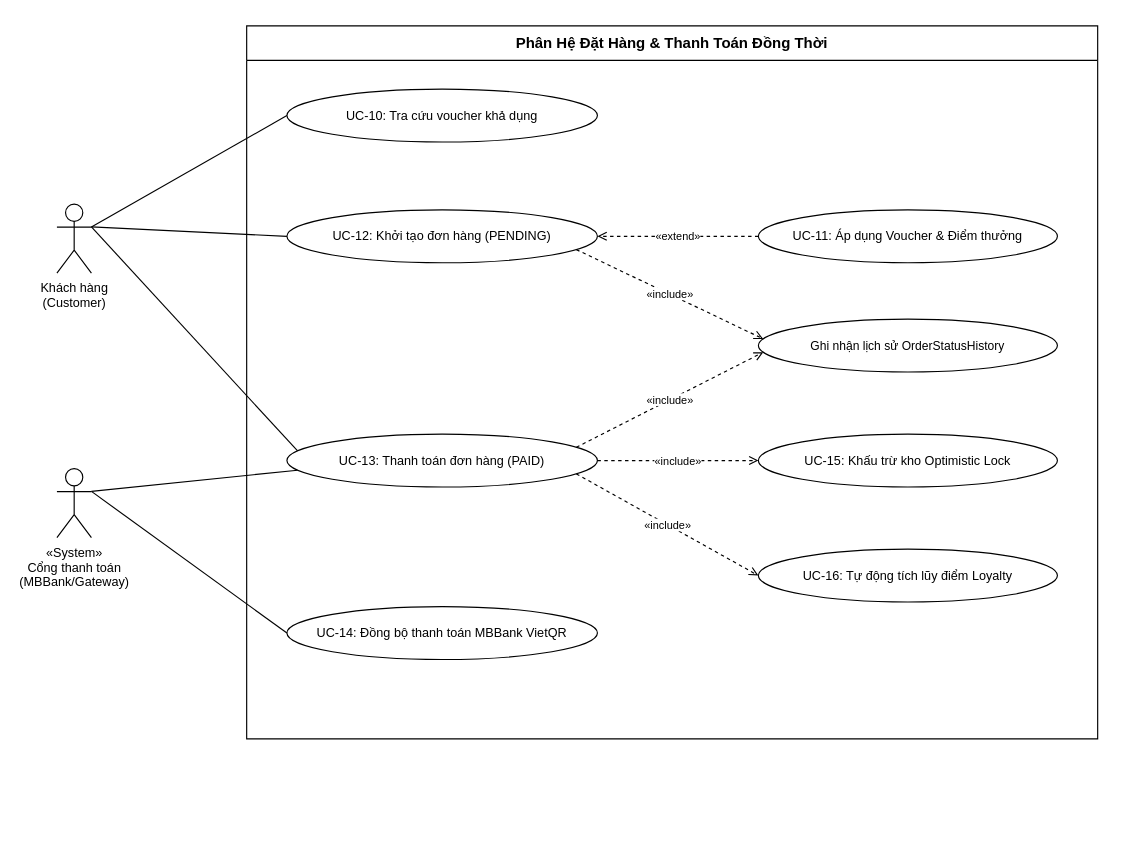
Earlier version of the draw.io diagram docs/diagrams/usecases/03-subsystem-order-payment.drawio (hanhdevsgu/BrewLite-Assignment2). Source tidied: cells renumbered, new cells numbered last; positions are measured from the earlier drawing's top-left corner, leaving out a move shared by most shapes. Both pictures are drawn from the tidied source at 115%, with x=0, y=0 at pixel (56, 25).
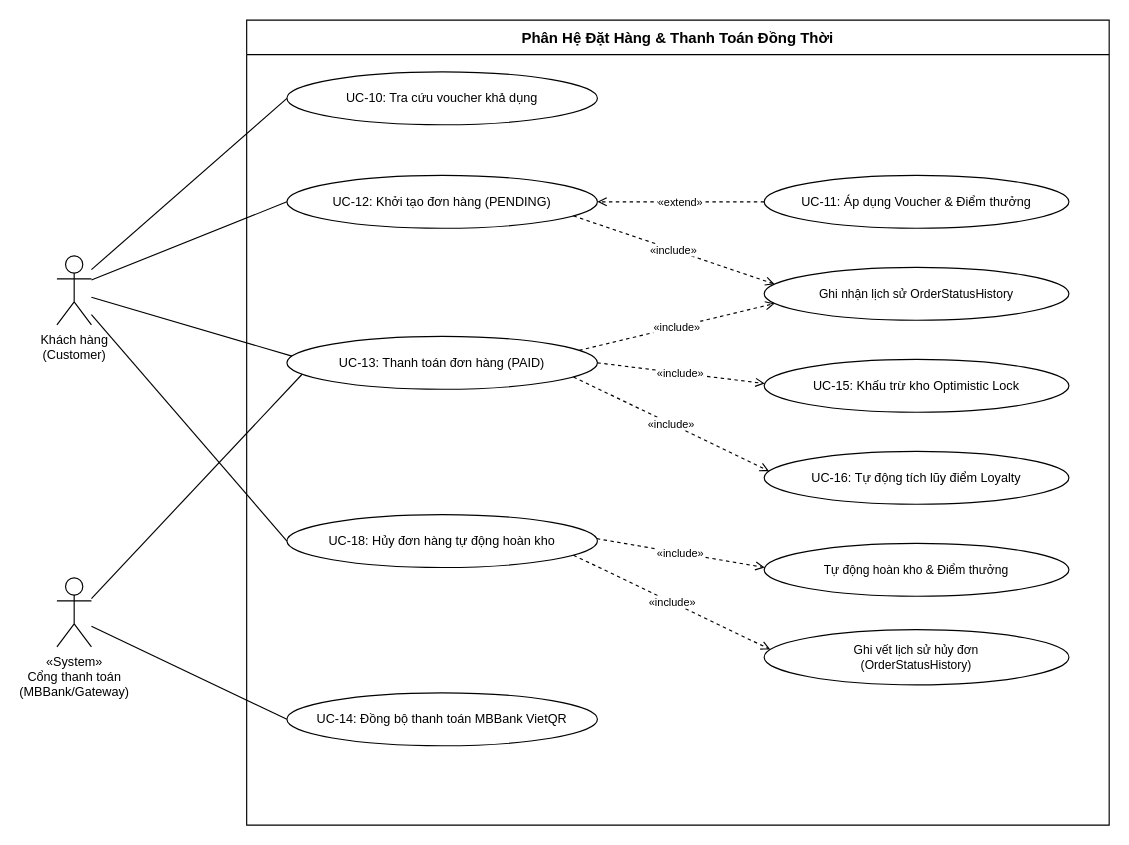
After the change.

Commit message (it also covers changes not shown here):
docs(usecase): add UC-18 order cancellation to subsystem 03 diagram and LaTeX report

Change to the diagram source:
```diff
@@
     <mxCell id="2" value="Phân Hệ Đặt Hàng &amp; Thanh Toán Đồng Thời" style="swimlane;startSize=30;fillColor=none;strokeColor=#000000;fontColor=#000000;fontSize=13;fontStyle=1;whiteSpace=wrap;" parent="1" vertex="1">
-      <mxGeometry x="165" width="740" height="620" as="geometry" />
+      <mxGeometry x="165" y="-5" width="750" height="700" as="geometry" />
     </mxCell>
     <mxCell id="3" value="Khách hàng&lt;br&gt;(Customer)" style="shape=umlActor;verticalLabelPosition=bottom;verticalAlign=top;html=1;fontSize=11;strokeColor=#000000;fontColor=#000000;fillColor=#FFFFFF;" parent="1" vertex="1">
-      <mxGeometry y="155" width="30" height="60" as="geometry" />
+      <mxGeometry y="200" width="30" height="60" as="geometry" />
     </mxCell>
     <mxCell id="4" value="«System»&lt;br&gt;Cổng thanh toán&lt;br&gt;(MBBank/Gateway)" style="shape=umlActor;verticalLabelPosition=bottom;verticalAlign=top;html=1;fontSize=11;strokeColor=#000000;fontColor=#000000;fillColor=#FFFFFF;" parent="1" vertex="1">
-      <mxGeometry y="385" width="30" height="60" as="geometry" />
+      <mxGeometry y="480" width="30" height="60" as="geometry" />
     </mxCell>
     <mxCell id="5" value="UC-10: Tra cứu voucher khả dụng" style="ellipse;whiteSpace=wrap;html=1;fontSize=11;strokeColor=#000000;fontColor=#000000;fillColor=#FFFFFF;" parent="1" vertex="1">
-      <mxGeometry x="200" y="55" width="270" height="46" as="geometry" />
+      <mxGeometry x="200" y="40" width="270" height="46" as="geometry" />
     </mxCell>
     <mxCell id="6" value="UC-12: Khởi tạo đơn hàng (PENDING)" style="ellipse;whiteSpace=wrap;html=1;fontSize=11;strokeColor=#000000;fontColor=#000000;fillColor=#FFFFFF;" parent="1" vertex="1">
-      <mxGeometry x="200" y="160" width="270" height="46" as="geometry" />
+      <mxGeometry x="200" y="130" width="270" height="46" as="geometry" />
     </mxCell>
     <mxCell id="7" value="UC-13: Thanh toán đơn hàng (PAID)" style="ellipse;whiteSpace=wrap;html=1;fontSize=11;strokeColor=#000000;fontColor=#000000;fillColor=#FFFFFF;" parent="1" vertex="1">
-      <mxGeometry x="200" y="355" width="270" height="46" as="geometry" />
+      <mxGeometry x="200" y="270" width="270" height="46" as="geometry" />
     </mxCell>
+    <mxCell id="23" value="UC-18: Hủy đơn hàng tự động hoàn kho" style="ellipse;whiteSpace=wrap;html=1;fontSize=11;strokeColor=#000000;fontColor=#000000;fillColor=#FFFFFF;" parent="1" vertex="1">
+      <mxGeometry x="200" y="425" width="270" height="46" as="geometry" />
+    </mxCell>
     <mxCell id="8" value="UC-14: Đồng bộ thanh toán MBBank VietQR" style="ellipse;whiteSpace=wrap;html=1;fontSize=11;strokeColor=#000000;fontColor=#000000;fillColor=#FFFFFF;" parent="1" vertex="1">
-      <mxGeometry x="200" y="505" width="270" height="46" as="geometry" />
+      <mxGeometry x="200" y="580" width="270" height="46" as="geometry" />
     </mxCell>
     <mxCell id="9" value="UC-11: Áp dụng Voucher &amp; Điểm thưởng" style="ellipse;whiteSpace=wrap;html=1;fontSize=11;strokeColor=#000000;fontColor=#000000;fillColor=#FFFFFF;" parent="1" vertex="1">
-      <mxGeometry x="610" y="160" width="260" height="46" as="geometry" />
+      <mxGeometry x="615" y="130" width="265" height="46" as="geometry" />
     </mxCell>
     <mxCell id="10" value="Ghi nhận lịch sử OrderStatusHistory" style="ellipse;whiteSpace=wrap;html=1;fontSize=10.5;strokeColor=#000000;fontColor=#000000;fillColor=#FFFFFF;" parent="1" vertex="1">
-      <mxGeometry x="610" y="255" width="260" height="46" as="geometry" />
+      <mxGeometry x="615" y="210" width="265" height="46" as="geometry" />
     </mxCell>
     <mxCell id="11" value="UC-15: Khấu trừ kho Optimistic Lock" style="ellipse;whiteSpace=wrap;html=1;fontSize=11;strokeColor=#000000;fontColor=#000000;fillColor=#FFFFFF;" parent="1" vertex="1">
-      <mxGeometry x="610" y="355" width="260" height="46" as="geometry" />
+      <mxGeometry x="615" y="290" width="265" height="46" as="geometry" />
     </mxCell>
     <mxCell id="12" value="UC-16: Tự động tích lũy điểm Loyalty" style="ellipse;whiteSpace=wrap;html=1;fontSize=11;strokeColor=#000000;fontColor=#000000;fillColor=#FFFFFF;" parent="1" vertex="1">
-      <mxGeometry x="610" y="455" width="260" height="46" as="geometry" />
+      <mxGeometry x="615" y="370" width="265" height="46" as="geometry" />
     </mxCell>
+    <mxCell id="24" value="Tự động hoàn kho &amp; Điểm thưởng" style="ellipse;whiteSpace=wrap;html=1;fontSize=10.5;strokeColor=#000000;fontColor=#000000;fillColor=#FFFFFF;" parent="1" vertex="1">
+      <mxGeometry x="615" y="450" width="265" height="46" as="geometry" />
+    </mxCell>
+    <mxCell id="25" value="Ghi vết lịch sử hủy đơn&lt;br&gt;(OrderStatusHistory)" style="ellipse;whiteSpace=wrap;html=1;fontSize=10.5;strokeColor=#000000;fontColor=#000000;fillColor=#FFFFFF;" parent="1" vertex="1">
+      <mxGeometry x="615" y="525" width="265" height="48" as="geometry" />
+    </mxCell>
-    <mxCell id="13" style="endArrow=none;html=1;strokeColor=#000000;exitX=1;exitY=0.33;exitDx=0;exitDy=0;entryX=0;entryY=0.5;entryDx=0;entryDy=0;" parent="1" edge="1" source="3" target="5">
+    <mxCell id="13" style="endArrow=none;html=1;strokeColor=#000000;exitX=1;exitY=0.2;exitDx=0;exitDy=0;entryX=0;entryY=0.5;entryDx=0;entryDy=0;" parent="1" edge="1" source="3" target="5">
       <mxGeometry relative="1" as="geometry" />
     </mxCell>
-    <mxCell id="14" style="endArrow=none;html=1;strokeColor=#000000;exitX=1;exitY=0.33;exitDx=0;exitDy=0;entryX=0;entryY=0.5;entryDx=0;entryDy=0;" parent="1" edge="1" source="3" target="6">
+    <mxCell id="14" style="endArrow=none;html=1;strokeColor=#000000;exitX=1;exitY=0.35;exitDx=0;exitDy=0;entryX=0;entryY=0.5;entryDx=0;entryDy=0;" parent="1" edge="1" source="3" target="6">
       <mxGeometry relative="1" as="geometry" />
     </mxCell>
-    <mxCell id="15" style="endArrow=none;html=1;strokeColor=#000000;exitX=1;exitY=0.33;exitDx=0;exitDy=0;entryX=0;entryY=0.3;entryDx=0;entryDy=0;" parent="1" edge="1" source="3" target="7">
+    <mxCell id="15" style="endArrow=none;html=1;strokeColor=#000000;exitX=1;exitY=0.6;exitDx=0;exitDy=0;entryX=0;entryY=0.35;entryDx=0;entryDy=0;" parent="1" edge="1" source="3" target="7">
       <mxGeometry relative="1" as="geometry" />
     </mxCell>
+    <mxCell id="26" style="endArrow=none;html=1;strokeColor=#000000;exitX=1;exitY=0.85;exitDx=0;exitDy=0;entryX=0;entryY=0.5;entryDx=0;entryDy=0;" parent="1" edge="1" source="3" target="23">
+      <mxGeometry relative="1" as="geometry" />
+    </mxCell>
-    <mxCell id="16" style="endArrow=none;html=1;strokeColor=#000000;exitX=1;exitY=0.33;exitDx=0;exitDy=0;entryX=0;entryY=0.7;entryDx=0;entryDy=0;" parent="1" edge="1" source="4" target="7">
+    <mxCell id="16" style="endArrow=none;html=1;strokeColor=#000000;exitX=1;exitY=0.3;exitDx=0;exitDy=0;entryX=0;entryY=0.75;entryDx=0;entryDy=0;" parent="1" edge="1" source="4" target="7">
       <mxGeometry relative="1" as="geometry" />
     </mxCell>
-    <mxCell id="17" style="endArrow=none;html=1;strokeColor=#000000;exitX=1;exitY=0.33;exitDx=0;exitDy=0;entryX=0;entryY=0.5;entryDx=0;entryDy=0;" parent="1" edge="1" source="4" target="8">
+    <mxCell id="17" style="endArrow=none;html=1;strokeColor=#000000;exitX=1;exitY=0.7;exitDx=0;exitDy=0;entryX=0;entryY=0.5;entryDx=0;entryDy=0;" parent="1" edge="1" source="4" target="8">
       <mxGeometry relative="1" as="geometry" />
     </mxCell>
@@
-    <mxCell id="19" value="«include»" style="endArrow=open;endFill=0;dashed=1;html=1;fontSize=9.5;strokeColor=#000000;fontColor=#000000;labelBackgroundColor=#FFFFFF;exitX=0.95;exitY=0.78;exitDx=0;exitDy=0;entryX=0;entryY=0.35;entryDx=0;entryDy=0;" parent="1" edge="1" source="6" target="10">
+    <mxCell id="19" value="«include»" style="endArrow=open;endFill=0;dashed=1;html=1;fontSize=9.5;strokeColor=#000000;fontColor=#000000;labelBackgroundColor=#FFFFFF;exitX=0.95;exitY=0.8;exitDx=0;exitDy=0;entryX=0;entryY=0.3;entryDx=0;entryDy=0;" parent="1" edge="1" source="6" target="10">
       <mxGeometry relative="1" as="geometry" />
     </mxCell>
-    <mxCell id="20" value="«include»" style="endArrow=open;endFill=0;dashed=1;html=1;fontSize=9.5;strokeColor=#000000;fontColor=#000000;labelBackgroundColor=#FFFFFF;exitX=0.95;exitY=0.22;exitDx=0;exitDy=0;entryX=0;entryY=0.65;entryDx=0;entryDy=0;" parent="1" edge="1" source="7" target="10">
+    <mxCell id="20" value="«include»" style="endArrow=open;endFill=0;dashed=1;html=1;fontSize=9.5;strokeColor=#000000;fontColor=#000000;labelBackgroundColor=#FFFFFF;exitX=0.95;exitY=0.25;exitDx=0;exitDy=0;entryX=0;entryY=0.7;entryDx=0;entryDy=0;" parent="1" edge="1" source="7" target="10">
       <mxGeometry relative="1" as="geometry" />
     </mxCell>
-    <mxCell id="21" value="«include»" style="endArrow=open;endFill=0;dashed=1;html=1;fontSize=9.5;strokeColor=#000000;fontColor=#000000;labelBackgroundColor=#FFFFFF;exitX=1;exitY=0.5;exitDx=0;exitDy=0;entryX=0;entryY=0.5;entryDx=0;entryDy=0;" parent="1" edge="1" source="7" target="11">
+    <mxCell id="21" value="«include»" style="endArrow=open;endFill=0;dashed=1;html=1;fontSize=9.5;strokeColor=#000000;fontColor=#000000;labelBackgroundColor=#FFFFFF;exitX=1;exitY=0.5;exitDx=0;exitDy=0;entryX=0;entryY=0.45;entryDx=0;entryDy=0;" parent="1" edge="1" source="7" target="11">
       <mxGeometry relative="1" as="geometry" />
     </mxCell>
-    <mxCell id="22" value="«include»" style="endArrow=open;endFill=0;dashed=1;html=1;fontSize=9.5;strokeColor=#000000;fontColor=#000000;labelBackgroundColor=#FFFFFF;exitX=0.95;exitY=0.78;exitDx=0;exitDy=0;entryX=0;entryY=0.5;entryDx=0;entryDy=0;" parent="1" edge="1" source="7" target="12">
+    <mxCell id="22" value="«include»" style="endArrow=open;endFill=0;dashed=1;html=1;fontSize=9.5;strokeColor=#000000;fontColor=#000000;labelBackgroundColor=#FFFFFF;exitX=0.95;exitY=0.8;exitDx=0;exitDy=0;entryX=0;entryY=0.35;entryDx=0;entryDy=0;" parent="1" edge="1" source="7" target="12">
       <mxGeometry relative="1" as="geometry" />
     </mxCell>
+    <mxCell id="27" value="«include»" style="endArrow=open;endFill=0;dashed=1;html=1;fontSize=9.5;strokeColor=#000000;fontColor=#000000;labelBackgroundColor=#FFFFFF;exitX=0.98;exitY=0.45;exitDx=0;exitDy=0;entryX=0;entryY=0.45;entryDx=0;entryDy=0;" parent="1" edge="1" source="23" target="24">
+      <mxGeometry relative="1" as="geometry" />
+    </mxCell>
+    <mxCell id="28" value="«include»" style="endArrow=open;endFill=0;dashed=1;html=1;fontSize=9.5;strokeColor=#000000;fontColor=#000000;labelBackgroundColor=#FFFFFF;exitX=0.95;exitY=0.8;exitDx=0;exitDy=0;entryX=0;entryY=0.35;entryDx=0;entryDy=0;" parent="1" edge="1" source="23" target="25">
+      <mxGeometry relative="1" as="geometry" />
+    </mxCell>
```
